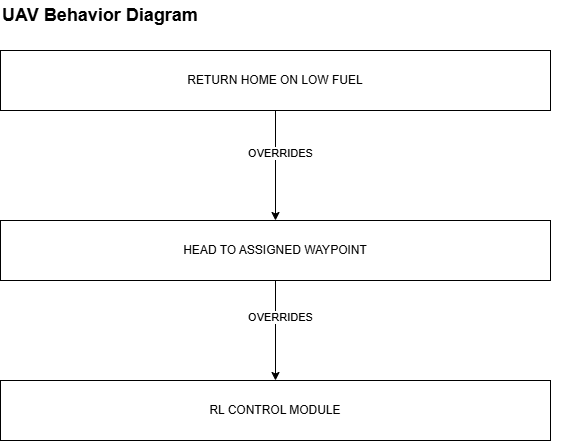
streklin/industry-integrated-ai-systems-synthesis keeps this draw.io diagram as SystemDesign-UAV Subsumption.drawio.png. Above is the earlier version. Source tidied: cells renumbered, new cells last; positions are measured from the earlier drawing's top-left corner, leaving out a move shared by most shapes.
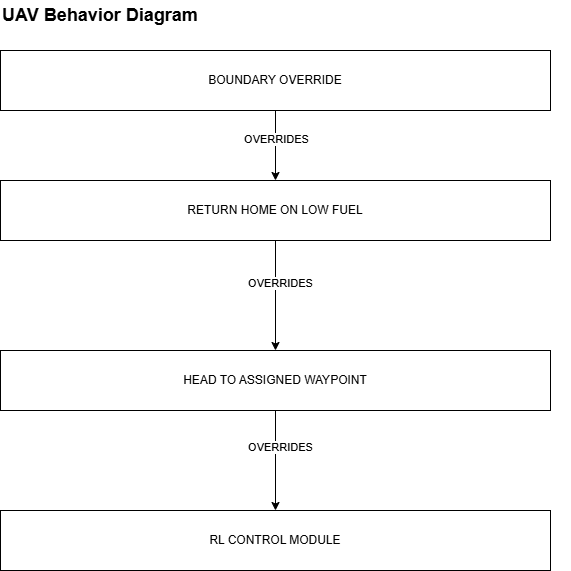
Above is the later version.

Change to the diagram source:
```diff
@@ -24,7 +24,16 @@
       <mxGeometry y="380" width="550" height="60" as="geometry" />
     </mxCell>
     <mxCell id="9" value="UAV Behavior Diagram" style="text;html=1;align=left;verticalAlign=middle;whiteSpace=wrap;rounded=0;fontSize=18;fontStyle=1;" parent="1" vertex="1">
-      <mxGeometry width="570" height="30" as="geometry" />
+      <mxGeometry y="-130" width="570" height="30" as="geometry" />
     </mxCell>
+    <mxCell id="10" style="edgeStyle=orthogonalEdgeStyle;rounded=0;jettySize=auto;html=1;" parent="1" edge="1" source="12" target="4">
+      <mxGeometry relative="1" as="geometry" />
+    </mxCell>
+    <mxCell id="11" value="OVERRIDES" style="edgeLabel;html=1;align=center;verticalAlign=middle;" parent="10" vertex="1">
+      <mxGeometry x="-0.2" relative="1" as="geometry" />
+    </mxCell>
+    <mxCell id="12" value="BOUNDARY OVERRIDE" style="rounded=0;whiteSpace=wrap;html=1;" parent="1" vertex="1">
+      <mxGeometry y="-80" width="550" height="60" as="geometry" />
+    </mxCell>
   </root>
 </mxGraphModel>
```
